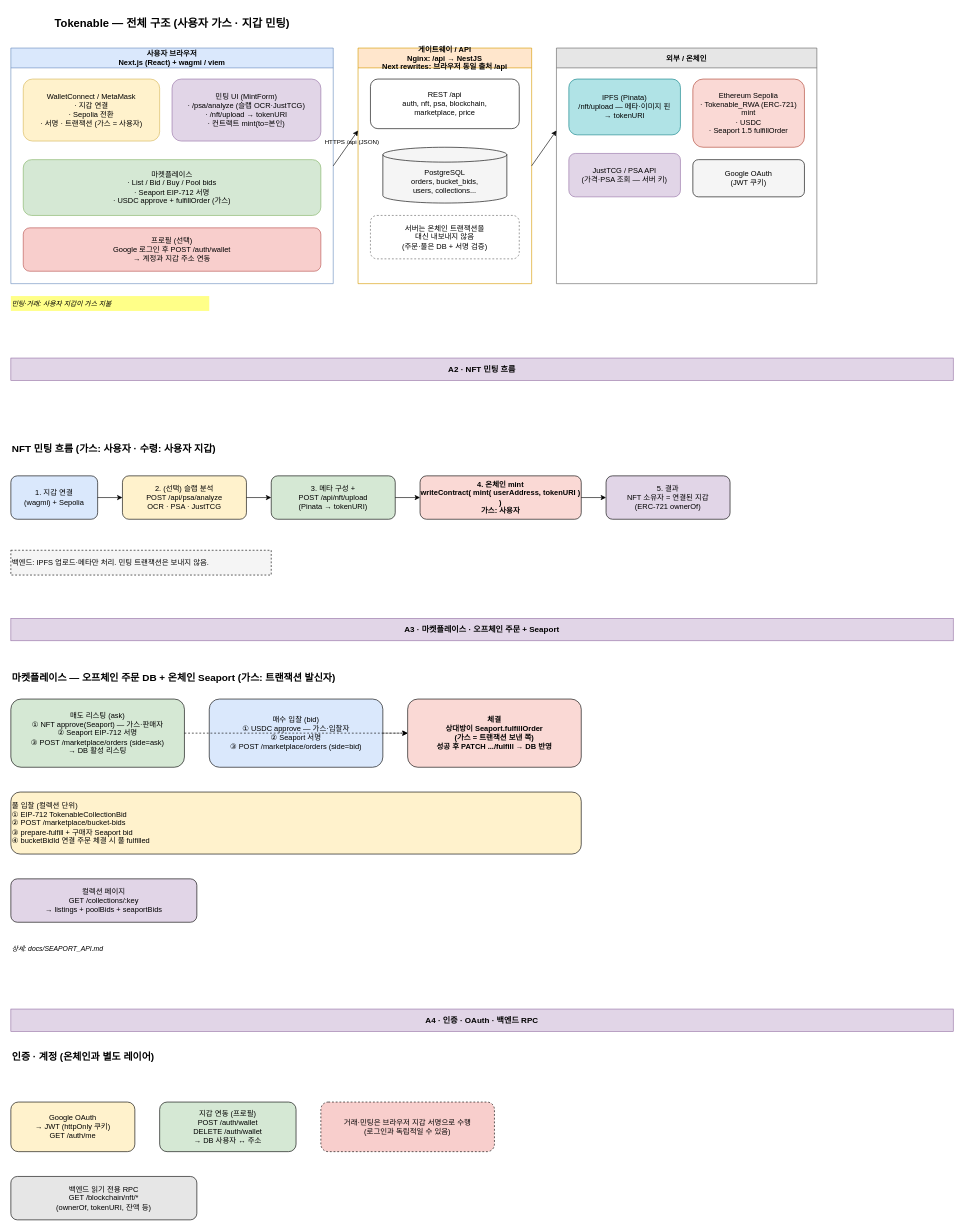
The draw.io diagram page "01-A-아키텍처-A1~A4" (2 of 7) of docs/diagrams/tokenable-all-diagrams.drawio in tokenable-dev/tokenable-dev, before the edit. Source tidied: cells renumbered, new cells numbered last; positions are measured from the earlier drawing's top-left corner, leaving out a move shared by most shapes. Both pictures are drawn from the tidied source at 62%, with x=0, y=0 at pixel (11, 11).
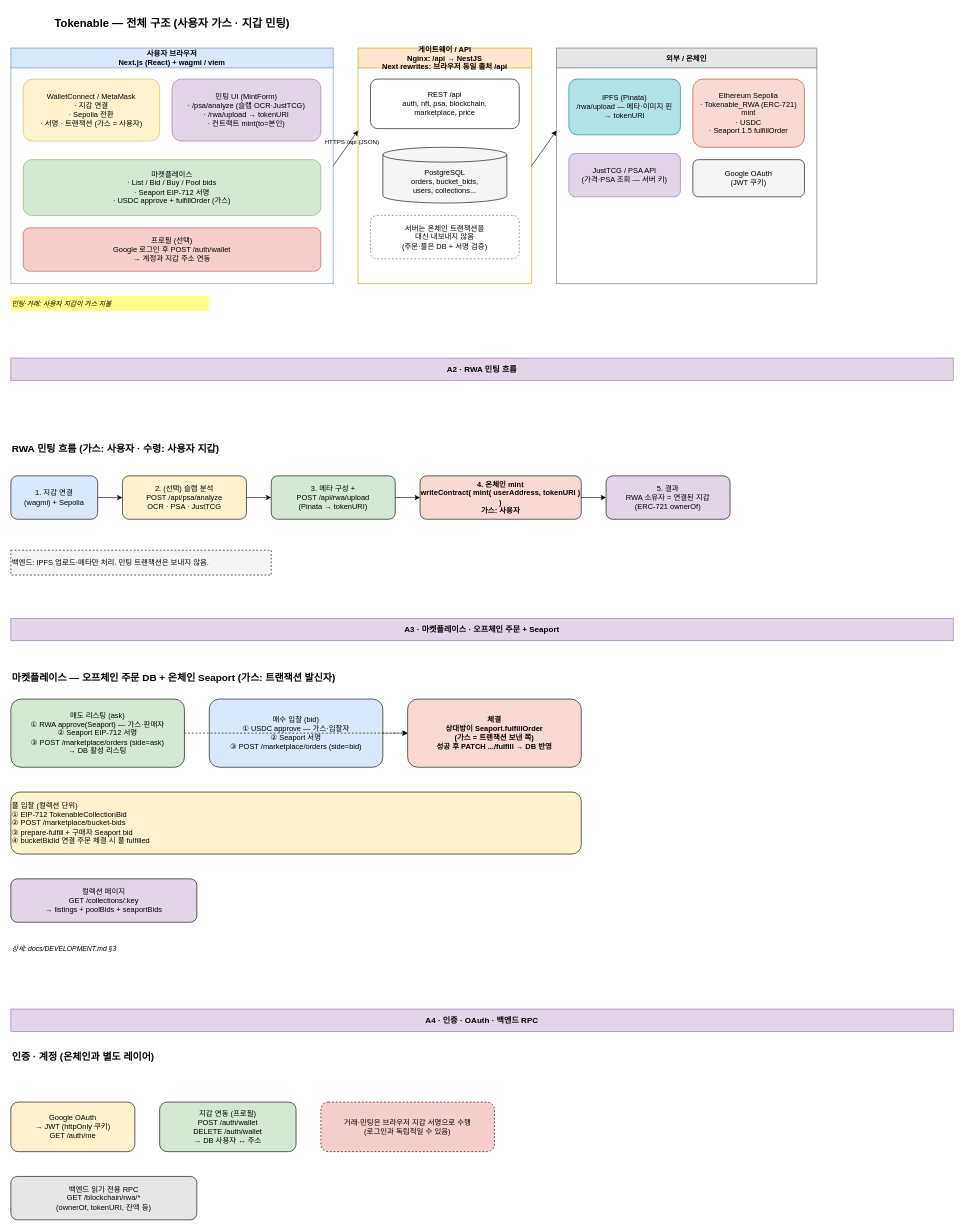
After the change.

The change refers to these unchanged cells:
```xml
<mxCell id="3" value="사용자 브라우저&#10;Next.js (React) + wagmi / viem" style="swimlane;horizontal=1;startSize=32;fillColor=#dae8fc;strokeColor=#6c8ebf;fontStyle=1;" parent="1" vertex="1">
  <mxGeometry y="60" width="520" height="380" as="geometry" />
</mxCell>
<mxCell id="12" value="외부 / 온체인" style="swimlane;horizontal=1;startSize=32;fillColor=#e6e6e6;strokeColor=#666666;fontStyle=1;" parent="1" vertex="1">
  <mxGeometry x="880" y="60" width="420" height="380" as="geometry" />
</mxCell>
```

Change to the diagram source:
```diff
@@
-    <mxCell id="5" value="민팅 UI (MintForm)&#10;· /psa/analyze (슬랩 OCR·JustTCG)&#10;· /nft/upload → tokenURI&#10;· 컨트랙트 mint(to=본인)" style="rounded=1;whiteSpace=wrap;html=1;fillColor=#e1d5e7;strokeColor=#9673a6;" parent="3" vertex="1">
+    <mxCell id="5" value="민팅 UI (MintForm)&#10;· /psa/analyze (슬랩 OCR·JustTCG)&#10;· /rwa/upload → tokenURI&#10;· 컨트랙트 mint(to=본인)" style="rounded=1;whiteSpace=wrap;html=1;fillColor=#e1d5e7;strokeColor=#9673a6;" parent="3" vertex="1">
       <mxGeometry x="260" y="50" width="240" height="100" as="geometry" />
     </mxCell>
@@
-    <mxCell id="13" value="IPFS (Pinata)&#10;/nft/upload — 메타·이미지 핀&#10;→ tokenURI" style="rounded=1;whiteSpace=wrap;html=1;fillColor=#b0e3e6;strokeColor=#0e8088;" parent="12" vertex="1">
+    <mxCell id="13" value="IPFS (Pinata)&#10;/rwa/upload — 메타·이미지 핀&#10;→ tokenURI" style="rounded=1;whiteSpace=wrap;html=1;fillColor=#b0e3e6;strokeColor=#0e8088;" parent="12" vertex="1">
       <mxGeometry x="20" y="50" width="180" height="90" as="geometry" />
     </mxCell>
@@
-    <mxCell id="21" value="A2 · NFT 민팅 흐름" style="rounded=0;whiteSpace=wrap;html=1;align=center;fontSize=13;fontStyle=1;fillColor=#e1d5e7;strokeColor=#9673a6;" parent="1" vertex="1">
+    <mxCell id="21" value="A2 · RWA 민팅 흐름" style="rounded=0;whiteSpace=wrap;html=1;align=center;fontSize=13;fontStyle=1;fillColor=#e1d5e7;strokeColor=#9673a6;" parent="1" vertex="1">
       <mxGeometry y="560" width="1520" height="36" as="geometry" />
     </mxCell>
-    <mxCell id="22" value="NFT 민팅 흐름 (가스: 사용자 · 수령: 사용자 지갑)" style="text;html=1;strokeColor=none;fillColor=none;fontSize=16;fontStyle=1;" parent="1" vertex="1">
+    <mxCell id="22" value="RWA 민팅 흐름 (가스: 사용자 · 수령: 사용자 지갑)" style="text;html=1;strokeColor=none;fillColor=none;fontSize=16;fontStyle=1;" parent="1" vertex="1">
       <mxGeometry y="690" width="480" height="30" as="geometry" />
     </mxCell>
@@
-    <mxCell id="25" value="3. 메타 구성 +&#10;POST /api/nft/upload&#10;(Pinata → tokenURI)" style="rounded=1;whiteSpace=wrap;html=1;fillColor=#d5e8d4;" parent="1" vertex="1">
+    <mxCell id="25" value="3. 메타 구성 +&#10;POST /api/rwa/upload&#10;(Pinata → tokenURI)" style="rounded=1;whiteSpace=wrap;html=1;fillColor=#d5e8d4;" parent="1" vertex="1">
       <mxGeometry x="420" y="750" width="200" height="70" as="geometry" />
     </mxCell>
@@
-    <mxCell id="27" value="5. 결과&#10;NFT 소유자 = 연결된 지갑&#10;(ERC-721 ownerOf)" style="rounded=1;whiteSpace=wrap;html=1;fillColor=#e1d5e7;" parent="1" vertex="1">
+    <mxCell id="27" value="5. 결과&#10;RWA 소유자 = 연결된 지갑&#10;(ERC-721 ownerOf)" style="rounded=1;whiteSpace=wrap;html=1;fillColor=#e1d5e7;" parent="1" vertex="1">
       <mxGeometry x="960" y="750" width="200" height="70" as="geometry" />
     </mxCell>
@@
-    <mxCell id="35" value="매도 리스팅 (ask)&#10;① NFT approve(Seaport) — 가스·판매자&#10;② Seaport EIP-712 서명&#10;③ POST /marketplace/orders (side=ask)&#10;→ DB 활성 리스팅" style="rounded=1;whiteSpace=wrap;html=1;fillColor=#d5e8d4;" parent="1" vertex="1">
+    <mxCell id="35" value="매도 리스팅 (ask)&#10;① RWA approve(Seaport) — 가스·판매자&#10;② Seaport EIP-712 서명&#10;③ POST /marketplace/orders (side=ask)&#10;→ DB 활성 리스팅" style="rounded=1;whiteSpace=wrap;html=1;fillColor=#d5e8d4;" parent="1" vertex="1">
       <mxGeometry y="1110" width="280" height="110" as="geometry" />
     </mxCell>
@@
-    <mxCell id="40" value="상세: docs/SEAPORT_API.md" style="text;html=1;align=left;fontStyle=2;fontSize=11;" parent="1" vertex="1">
+    <mxCell id="40" value="상세: docs/DEVELOPMENT.md §3" style="text;html=1;align=left;fontStyle=2;fontSize=11;" parent="1" vertex="1">
       <mxGeometry y="1500" width="280" height="20" as="geometry" />
     </mxCell>
@@
-    <mxCell id="48" value="백엔드 읽기 전용 RPC&#10;GET /blockchain/nft/*&#10;(ownerOf, tokenURI, 잔액 등)" style="rounded=1;whiteSpace=wrap;html=1;fillColor=#e6e6e6;" parent="1" vertex="1">
+    <mxCell id="48" value="백엔드 읽기 전용 RPC&#10;GET /blockchain/rwa/*&#10;(ownerOf, tokenURI, 잔액 등)" style="rounded=1;whiteSpace=wrap;html=1;fillColor=#e6e6e6;" parent="1" vertex="1">
       <mxGeometry y="1880" width="300" height="70" as="geometry" />
     </mxCell>
```
